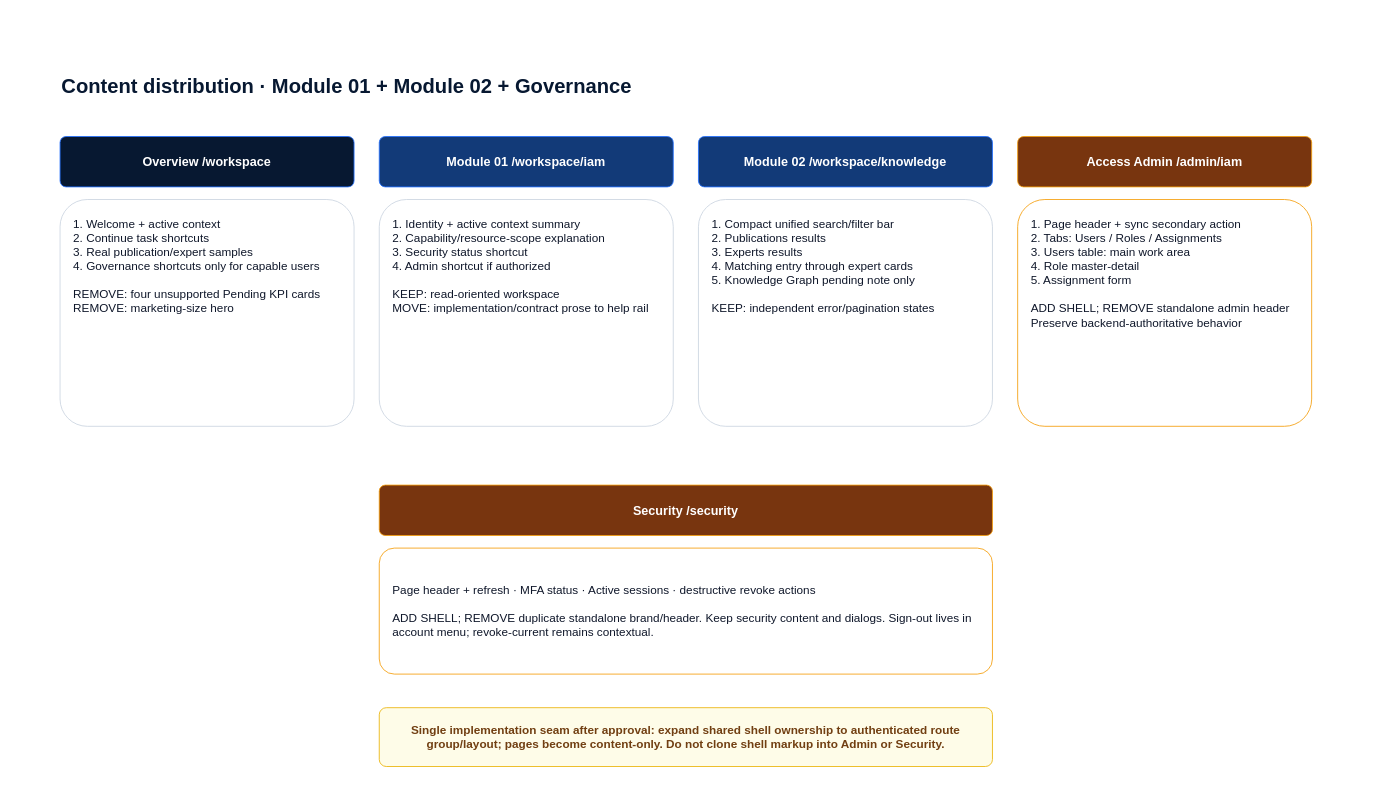
Before: page "03 - Page Distribution" (3 of 4) of docs/design/workspace-admin-shell-wireframe.drawio in dangminhdev0403/vnru-network, a draw.io diagram. Source tidied: cells renumbered, new cells numbered last; positions are measured from the earlier drawing's top-left corner, leaving out a move shared by most shapes. Both pictures are drawn from the tidied source at 84%, with x=0, y=0 at pixel (60, 69).
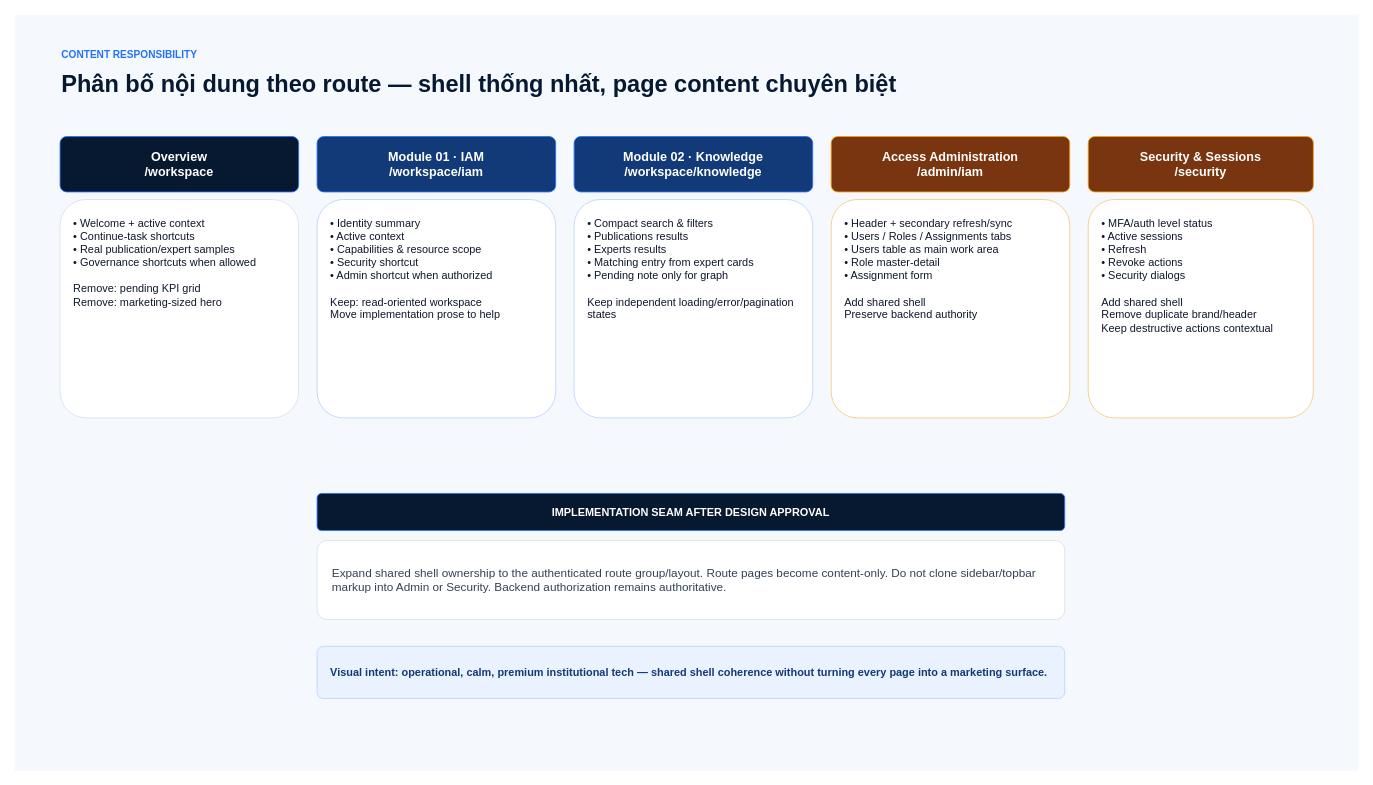
The same diagram, later.

Commit message (it also covers changes not shown here):
design(ui): refine unified workspace shell wireframe

Diff of the diagram source:
```diff
@@
 <mxGraphModel>
   <root>
     <mxCell id="0" />
     <mxCell id="1" parent="0" />
-    <mxCell id="2" value="Content distribution · Module 01 + Module 02 + Governance" style="text;html=1;fontSize=24;fontStyle=1;fontColor=#071831;" parent="1" vertex="1">
-      <mxGeometry width="900" height="40" as="geometry" />
-    </mxCell>
+    <mxCell id="14" style="rounded=0;whiteSpace=wrap;html=1;fillColor=#F5F8FC;strokeColor=none;" parent="1" vertex="1">
+      <mxGeometry x="-54" y="-65" width="1600" height="900" as="geometry" />
+    </mxCell>
+    <mxCell id="15" value="CONTENT RESPONSIBILITY" style="text;html=1;fontSize=12;fontStyle=1;fontColor=#2370FF;align=left;letterSpacing=2;" parent="1" vertex="1">
+      <mxGeometry y="-31" width="300" height="24" as="geometry" />
+    </mxCell>
+    <mxCell id="16" value="Phân bố nội dung theo route — shell thống nhất, page content chuyên biệt" style="text;html=1;fontSize=28;fontStyle=1;fontColor=#071831;align=left;" parent="1" vertex="1">
+      <mxGeometry y="-5" width="1020" height="44" as="geometry" />
+    </mxCell>
-    <mxCell id="3" value="Overview /workspace" style="rounded=1;whiteSpace=wrap;html=1;fillColor=#071831;strokeColor=#2370FF;fontColor=#FFFFFF;fontStyle=1;fontSize=15;arcSize=12;" parent="1" vertex="1">
-      <mxGeometry y="80" width="350" height="60" as="geometry" />
+    <mxCell id="3" value="Overview&#10;/workspace" style="rounded=1;whiteSpace=wrap;html=1;fillColor=#071831;strokeColor=#2370FF;fontColor=#FFFFFF;fontStyle=1;fontSize=15;arcSize=12;" parent="1" vertex="1">
+      <mxGeometry y="80" width="284" height="66" as="geometry" />
     </mxCell>
-    <mxCell id="4" value="1. Welcome + active context&#10;2. Continue task shortcuts&#10;3. Real publication/expert samples&#10;4. Governance shortcuts only for capable users&#10;&#10;REMOVE: four unsupported Pending KPI cards&#10;REMOVE: marketing-size hero" style="rounded=1;whiteSpace=wrap;html=1;fillColor=#FFFFFF;strokeColor=#CBD5E1;fontColor=#0F172A;fontSize=14;align=left;verticalAlign=top;spacing=16;arcSize=12;" parent="1" vertex="1">
-      <mxGeometry y="155" width="350" height="270" as="geometry" />
-    </mxCell>
-    <mxCell id="5" value="Module 01 /workspace/iam" style="rounded=1;whiteSpace=wrap;html=1;fillColor=#123A78;strokeColor=#2370FF;fontColor=#FFFFFF;fontStyle=1;fontSize=15;arcSize=12;" parent="1" vertex="1">
-      <mxGeometry x="380" y="80" width="350" height="60" as="geometry" />
-    </mxCell>
-    <mxCell id="6" value="1. Identity + active context summary&#10;2. Capability/resource-scope explanation&#10;3. Security status shortcut&#10;4. Admin shortcut if authorized&#10;&#10;KEEP: read-oriented workspace&#10;MOVE: implementation/contract prose to help rail" style="rounded=1;whiteSpace=wrap;html=1;fillColor=#FFFFFF;strokeColor=#CBD5E1;fontColor=#0F172A;fontSize=14;align=left;verticalAlign=top;spacing=16;arcSize=12;" parent="1" vertex="1">
-      <mxGeometry x="380" y="155" width="350" height="270" as="geometry" />
-    </mxCell>
-    <mxCell id="7" value="Module 02 /workspace/knowledge" style="rounded=1;whiteSpace=wrap;html=1;fillColor=#123A78;strokeColor=#2370FF;fontColor=#FFFFFF;fontStyle=1;fontSize=15;arcSize=12;" parent="1" vertex="1">
-      <mxGeometry x="760" y="80" width="350" height="60" as="geometry" />
-    </mxCell>
-    <mxCell id="8" value="1. Compact unified search/filter bar&#10;2. Publications results&#10;3. Experts results&#10;4. Matching entry through expert cards&#10;5. Knowledge Graph pending note only&#10;&#10;KEEP: independent error/pagination states" style="rounded=1;whiteSpace=wrap;html=1;fillColor=#FFFFFF;strokeColor=#CBD5E1;fontColor=#0F172A;fontSize=14;align=left;verticalAlign=top;spacing=16;arcSize=12;" parent="1" vertex="1">
-      <mxGeometry x="760" y="155" width="350" height="270" as="geometry" />
-    </mxCell>
-    <mxCell id="9" value="Access Admin /admin/iam" style="rounded=1;whiteSpace=wrap;html=1;fillColor=#78350F;strokeColor=#F59E0B;fontColor=#FFFFFF;fontStyle=1;fontSize=15;arcSize=12;" parent="1" vertex="1">
-      <mxGeometry x="1140" y="80" width="350" height="60" as="geometry" />
-    </mxCell>
-    <mxCell id="10" value="1. Page header + sync secondary action&#10;2. Tabs: Users / Roles / Assignments&#10;3. Users table: main work area&#10;4. Role master-detail&#10;5. Assignment form&#10;&#10;ADD SHELL; REMOVE standalone admin header&#10;Preserve backend-authoritative behavior" style="rounded=1;whiteSpace=wrap;html=1;fillColor=#FFFFFF;strokeColor=#F59E0B;fontColor=#0F172A;fontSize=14;align=left;verticalAlign=top;spacing=16;arcSize=12;" parent="1" vertex="1">
-      <mxGeometry x="1140" y="155" width="350" height="270" as="geometry" />
-    </mxCell>
-    <mxCell id="11" value="Security /security" style="rounded=1;whiteSpace=wrap;html=1;fillColor=#78350F;strokeColor=#F59E0B;fontColor=#FFFFFF;fontStyle=1;fontSize=15;arcSize=12;" parent="1" vertex="1">
-      <mxGeometry x="380" y="495" width="730" height="60" as="geometry" />
-    </mxCell>
-    <mxCell id="12" value="Page header + refresh · MFA status · Active sessions · destructive revoke actions&#10;&#10;ADD SHELL; REMOVE duplicate standalone brand/header. Keep security content and dialogs. Sign-out lives in account menu; revoke-current remains contextual." style="rounded=1;whiteSpace=wrap;html=1;fillColor=#FFFFFF;strokeColor=#F59E0B;fontColor=#0F172A;fontSize=14;align=left;verticalAlign=middle;spacing=16;arcSize=12;" parent="1" vertex="1">
-      <mxGeometry x="380" y="570" width="730" height="150" as="geometry" />
-    </mxCell>
-    <mxCell id="13" value="Single implementation seam after approval: expand shared shell ownership to authenticated route group/layout; pages become content-only. Do not clone shell markup into Admin or Security." style="rounded=1;whiteSpace=wrap;html=1;fillColor=#FEFCE8;strokeColor=#EAB308;fontColor=#713F12;fontStyle=1;fontSize=14;spacing=16;arcSize=12;" parent="1" vertex="1">
-      <mxGeometry x="380" y="760" width="730" height="70" as="geometry" />
-    </mxCell>
+    <mxCell id="17" value="• Welcome + active context&#10;• Continue-task shortcuts&#10;• Real publication/expert samples&#10;• Governance shortcuts when allowed&#10;&#10;Remove: pending KPI grid&#10;Remove: marketing-sized hero" style="rounded=1;whiteSpace=wrap;html=1;fillColor=#FFFFFF;strokeColor=#D8E1EC;fontColor=#0F172A;fontSize=13;align=left;verticalAlign=top;spacing=16;arcSize=12;" parent="1" vertex="1">
+      <mxGeometry y="155" width="284" height="260" as="geometry" />
+    </mxCell>
+    <mxCell id="18" value="Module 01 · IAM&#10;/workspace/iam" style="rounded=1;whiteSpace=wrap;html=1;fillColor=#123A78;strokeColor=#2370FF;fontColor=#FFFFFF;fontStyle=1;fontSize=15;arcSize=12;" parent="1" vertex="1">
+      <mxGeometry x="306" y="80" width="284" height="66" as="geometry" />
+    </mxCell>
+    <mxCell id="19" value="• Identity summary&#10;• Active context&#10;• Capabilities &amp; resource scope&#10;• Security shortcut&#10;• Admin shortcut when authorized&#10;&#10;Keep: read-oriented workspace&#10;Move implementation prose to help" style="rounded=1;whiteSpace=wrap;html=1;fillColor=#FFFFFF;strokeColor=#BBD3FF;fontColor=#0F172A;fontSize=13;align=left;verticalAlign=top;spacing=16;arcSize=12;" parent="1" vertex="1">
+      <mxGeometry x="306" y="155" width="284" height="260" as="geometry" />
+    </mxCell>
+    <mxCell id="20" value="Module 02 · Knowledge&#10;/workspace/knowledge" style="rounded=1;whiteSpace=wrap;html=1;fillColor=#123A78;strokeColor=#2370FF;fontColor=#FFFFFF;fontStyle=1;fontSize=15;arcSize=12;" parent="1" vertex="1">
+      <mxGeometry x="612" y="80" width="284" height="66" as="geometry" />
+    </mxCell>
+    <mxCell id="21" value="• Compact search &amp; filters&#10;• Publications results&#10;• Experts results&#10;• Matching entry from expert cards&#10;• Pending note only for graph&#10;&#10;Keep independent loading/error/pagination states" style="rounded=1;whiteSpace=wrap;html=1;fillColor=#FFFFFF;strokeColor=#BBD3FF;fontColor=#0F172A;fontSize=13;align=left;verticalAlign=top;spacing=16;arcSize=12;" parent="1" vertex="1">
+      <mxGeometry x="612" y="155" width="284" height="260" as="geometry" />
+    </mxCell>
+    <mxCell id="22" value="Access Administration&#10;/admin/iam" style="rounded=1;whiteSpace=wrap;html=1;fillColor=#78350F;strokeColor=#F59E0B;fontColor=#FFFFFF;fontStyle=1;fontSize=15;arcSize=12;" parent="1" vertex="1">
+      <mxGeometry x="918" y="80" width="284" height="66" as="geometry" />
+    </mxCell>
+    <mxCell id="23" value="• Header + secondary refresh/sync&#10;• Users / Roles / Assignments tabs&#10;• Users table as main work area&#10;• Role master-detail&#10;• Assignment form&#10;&#10;Add shared shell&#10;Preserve backend authority" style="rounded=1;whiteSpace=wrap;html=1;fillColor=#FFFFFF;strokeColor=#F6C97F;fontColor=#0F172A;fontSize=13;align=left;verticalAlign=top;spacing=16;arcSize=12;" parent="1" vertex="1">
+      <mxGeometry x="918" y="155" width="284" height="260" as="geometry" />
+    </mxCell>
+    <mxCell id="24" value="Security &amp; Sessions&#10;/security" style="rounded=1;whiteSpace=wrap;html=1;fillColor=#78350F;strokeColor=#F59E0B;fontColor=#FFFFFF;fontStyle=1;fontSize=15;arcSize=12;" parent="1" vertex="1">
+      <mxGeometry x="1224" y="80" width="268" height="66" as="geometry" />
+    </mxCell>
+    <mxCell id="25" value="• MFA/auth level status&#10;• Active sessions&#10;• Refresh&#10;• Revoke actions&#10;• Security dialogs&#10;&#10;Add shared shell&#10;Remove duplicate brand/header&#10;Keep destructive actions contextual" style="rounded=1;whiteSpace=wrap;html=1;fillColor=#FFFFFF;strokeColor=#F6C97F;fontColor=#0F172A;fontSize=13;align=left;verticalAlign=top;spacing=16;arcSize=12;" parent="1" vertex="1">
+      <mxGeometry x="1224" y="155" width="268" height="260" as="geometry" />
+    </mxCell>
+    <mxCell id="26" value="IMPLEMENTATION SEAM AFTER DESIGN APPROVAL" style="rounded=1;whiteSpace=wrap;html=1;fillColor=#071831;strokeColor=#2370FF;fontColor=#FFFFFF;fontStyle=1;fontSize=13;arcSize=12;" parent="1" vertex="1">
+      <mxGeometry x="306" y="505" width="890" height="44" as="geometry" />
+    </mxCell>
+    <mxCell id="27" value="Expand shared shell ownership to the authenticated route group/layout. Route pages become content-only. Do not clone sidebar/topbar markup into Admin or Security. Backend authorization remains authoritative." style="rounded=1;whiteSpace=wrap;html=1;fillColor=#FFFFFF;strokeColor=#D8E1EC;fontColor=#334155;fontSize=14;align=left;verticalAlign=middle;spacing=18;arcSize=12;" parent="1" vertex="1">
+      <mxGeometry x="306" y="561" width="890" height="94" as="geometry" />
+    </mxCell>
+    <mxCell id="28" value="Visual intent: operational, calm, premium institutional tech — shared shell coherence without turning every page into a marketing surface." style="rounded=1;whiteSpace=wrap;html=1;fillColor=#EAF2FF;strokeColor=#BBD3FF;fontColor=#123A78;fontSize=13;fontStyle=1;align=left;spacing=16;arcSize=12;" parent="1" vertex="1">
+      <mxGeometry x="306" y="687" width="890" height="62" as="geometry" />
+    </mxCell>
   </root>
 </mxGraphModel>
```
